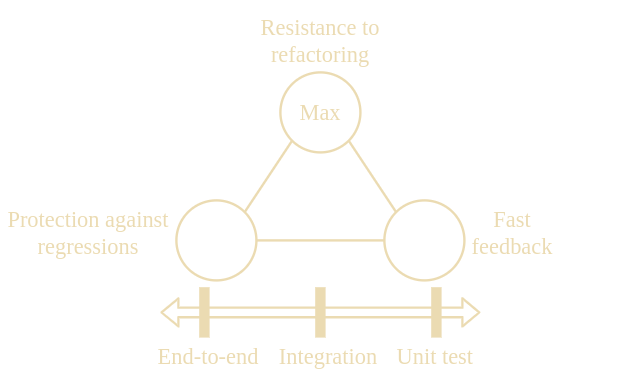
Above: images/test_triangle.png in ajguerrer/ajguerrer.github.io (draw.io), before the change. Source tidied: cells renumbered, new cells last; positions are measured from the earlier drawing's top-left corner, leaving out a move shared by most shapes.
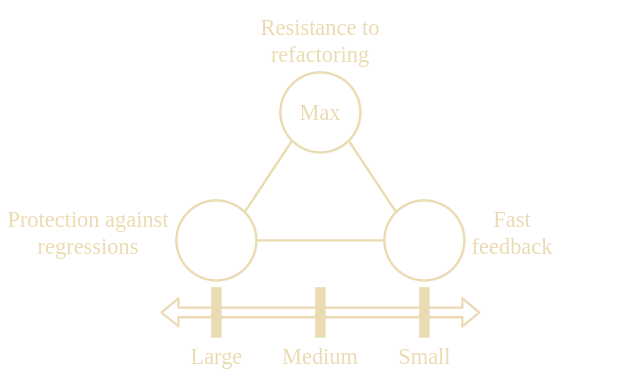
After the change.

Diff of the diagram source:
```diff
@@ -2,62 +2,62 @@
   <root>
     <mxCell id="0" />
     <mxCell id="1" parent="0" />
-    <mxCell id="2" style="ellipse;whiteSpace=wrap;html=1;strokeWidth=3;strokeColor=#EBDBB2;fillColor=none;" parent="1" vertex="1">
-      <mxGeometry x="350" y="90" width="100" height="100" as="geometry" />
+    <mxCell id="2" style="rounded=0;whiteSpace=wrap;html=1;strokeColor=none;strokeWidth=1;fillColor=none;fontSize=28;" parent="1" vertex="1">
+      <mxGeometry width="800" height="480" as="geometry" />
     </mxCell>
-    <mxCell id="3" style="rounded=0;jettySize=auto;html=1;entryX=1;entryY=1;entryDx=0;entryDy=0;fontSize=28;endArrow=none;endFill=0;exitX=0;exitY=0;exitDx=0;exitDy=0;strokeWidth=3;strokeColor=#EBDBB2;" parent="1" edge="1" source="5" target="2">
-      <mxGeometry relative="1" as="geometry" />
+    <mxCell id="3" style="ellipse;whiteSpace=wrap;html=1;strokeWidth=3;strokeColor=#EBDBB2;fillColor=none;" parent="1" vertex="1">
+      <mxGeometry x="350" y="90" width="100" height="100" as="geometry" />
     </mxCell>
-    <mxCell id="4" style="edgeStyle=none;rounded=0;jettySize=auto;html=1;exitX=0;exitY=0.5;exitDx=0;exitDy=0;entryX=1;entryY=0.5;entryDx=0;entryDy=0;endArrow=none;endFill=0;fontSize=28;strokeWidth=3;strokeColor=#EBDBB2;" parent="1" edge="1" source="5" target="7">
+    <mxCell id="4" style="rounded=0;jettySize=auto;html=1;entryX=1;entryY=1;entryDx=0;entryDy=0;fontSize=28;endArrow=none;endFill=0;exitX=0;exitY=0;exitDx=0;exitDy=0;strokeWidth=3;strokeColor=#EBDBB2;" parent="1" edge="1" source="6" target="3">
       <mxGeometry relative="1" as="geometry" />
     </mxCell>
-    <mxCell id="5" style="ellipse;whiteSpace=wrap;html=1;strokeWidth=3;strokeColor=#EBDBB2;fillColor=none;" parent="1" vertex="1">
-      <mxGeometry x="480" y="250" width="100" height="100" as="geometry" />
+    <mxCell id="5" style="edgeStyle=none;rounded=0;jettySize=auto;html=1;exitX=0;exitY=0.5;exitDx=0;exitDy=0;entryX=1;entryY=0.5;entryDx=0;entryDy=0;endArrow=none;endFill=0;fontSize=28;strokeWidth=3;strokeColor=#EBDBB2;" parent="1" edge="1" source="6" target="8">
+      <mxGeometry relative="1" as="geometry" />
     </mxCell>
-    <mxCell id="6" style="edgeStyle=none;rounded=0;jettySize=auto;html=1;exitX=1;exitY=0;exitDx=0;exitDy=0;entryX=0;entryY=1;entryDx=0;entryDy=0;endArrow=none;endFill=0;fontSize=28;strokeWidth=3;strokeColor=#EBDBB2;" parent="1" edge="1" source="7" target="2">
-      <mxGeometry relative="1" as="geometry" />
+    <mxCell id="6" style="ellipse;whiteSpace=wrap;html=1;strokeWidth=3;strokeColor=#EBDBB2;fillColor=none;" parent="1" vertex="1">
+      <mxGeometry x="480" y="250" width="100" height="100" as="geometry" />
     </mxCell>
-    <mxCell id="7" style="ellipse;whiteSpace=wrap;html=1;strokeWidth=3;strokeColor=#EBDBB2;fillColor=none;" parent="1" vertex="1">
-      <mxGeometry x="220" y="250" width="100" height="100" as="geometry" />
+    <mxCell id="7" style="edgeStyle=none;rounded=0;jettySize=auto;html=1;exitX=1;exitY=0;exitDx=0;exitDy=0;entryX=0;entryY=1;entryDx=0;entryDy=0;endArrow=none;endFill=0;fontSize=28;strokeWidth=3;strokeColor=#EBDBB2;" parent="1" edge="1" source="8" target="3">
+      <mxGeometry relative="1" as="geometry" />
     </mxCell>
-    <mxCell id="8" value="Resistance to refactoring" style="text;fontSize=28;align=center;verticalAlign=middle;html=1;fontColor=#EBDBB2;whiteSpace=wrap;fontFamily=Work Sans;FType=g;" parent="1" vertex="1">
-      <mxGeometry x="320" y="10" width="160" height="80" as="geometry" />
+    <mxCell id="8" style="ellipse;whiteSpace=wrap;html=1;strokeWidth=3;strokeColor=#EBDBB2;fillColor=none;" parent="1" vertex="1">
+      <mxGeometry x="220" y="250" width="100" height="100" as="geometry" />
     </mxCell>
-    <mxCell id="9" value="&lt;font style=&quot;font-size: 28px;&quot;&gt;Protection against regressions&lt;/font&gt;" style="text;fontSize=28;align=center;verticalAlign=middle;html=1;fontColor=#ebdbb2;whiteSpace=wrap;fontFamily=Work Sans;FType=g;" parent="1" vertex="1">
-      <mxGeometry y="250" width="220" height="80" as="geometry" />
+    <mxCell id="9" value="Resistance to refactoring" style="text;fontSize=28;align=center;verticalAlign=middle;html=1;fontColor=#EBDBB2;whiteSpace=wrap;fontFamily=Work Sans;FType=g;" parent="1" vertex="1">
+      <mxGeometry x="320" y="10" width="160" height="80" as="geometry" />
     </mxCell>
-    <mxCell id="10" value="Fast feedback" style="text;fontSize=28;align=center;verticalAlign=middle;html=1;fontColor=#EBDBB2;whiteSpace=wrap;fontFamily=Work Sans;FType=g;" parent="1" vertex="1">
-      <mxGeometry x="580" y="250" width="120" height="80" as="geometry" />
+    <mxCell id="10" value="&lt;font style=&quot;font-size: 28px;&quot;&gt;Protection against regressions&lt;/font&gt;" style="text;fontSize=28;align=center;verticalAlign=middle;html=1;fontColor=#ebdbb2;whiteSpace=wrap;fontFamily=Work Sans;FType=g;" parent="1" vertex="1">
+      <mxGeometry y="250" width="220" height="80" as="geometry" />
     </mxCell>
-    <mxCell id="11" value="&lt;font style=&quot;font-size: 28px&quot;&gt;Integration&lt;/font&gt;" style="text;fontSize=28;align=center;verticalAlign=middle;html=1;fontColor=#ebdbb2;whiteSpace=wrap;fontFamily=Work Sans;FType=g;" parent="1" vertex="1">
-      <mxGeometry x="340" y="425" width="140" height="40" as="geometry" />
+    <mxCell id="11" value="Fast feedback" style="text;fontSize=28;align=center;verticalAlign=middle;html=1;fontColor=#EBDBB2;whiteSpace=wrap;fontFamily=Work Sans;FType=g;" parent="1" vertex="1">
+      <mxGeometry x="580" y="250" width="120" height="80" as="geometry" />
     </mxCell>
-    <mxCell id="12" value="&lt;font style=&quot;font-size: 28px&quot;&gt;End-to-end&lt;/font&gt;" style="text;fontSize=28;align=center;verticalAlign=middle;html=1;fontColor=#ebdbb2;whiteSpace=wrap;fontFamily=Work Sans;FType=g;" parent="1" vertex="1">
-      <mxGeometry x="195" y="425" width="130" height="40" as="geometry" />
+    <mxCell id="12" value="&lt;font style=&quot;font-size: 28px&quot;&gt;Medium&lt;/font&gt;" style="text;fontSize=28;align=center;verticalAlign=middle;html=1;fontColor=#ebdbb2;whiteSpace=wrap;fontFamily=Work Sans;FType=g;" parent="1" vertex="1">
+      <mxGeometry x="345" y="425" width="110" height="40" as="geometry" />
     </mxCell>
-    <mxCell id="13" value="&amp;nbsp;Unit test" style="text;fontSize=28;align=center;verticalAlign=middle;html=1;fontColor=#ebdbb2;whiteSpace=wrap;fontFamily=Work Sans;FType=g;" parent="1" vertex="1">
-      <mxGeometry x="485" y="430" width="110" height="30" as="geometry" />
+    <mxCell id="13" value="&lt;font style=&quot;font-size: 28px&quot;&gt;Large&lt;/font&gt;" style="text;fontSize=28;align=center;verticalAlign=middle;html=1;fontColor=#ebdbb2;whiteSpace=wrap;fontFamily=Work Sans;FType=g;" parent="1" vertex="1">
+      <mxGeometry x="227.5" y="425" width="85" height="40" as="geometry" />
     </mxCell>
-    <mxCell id="14" style="shape=flexArrow;endArrow=classic;startArrow=classic;html=1;fontSize=28;strokeWidth=3;strokeColor=#EBDBB2;fillColor=none;" parent="1" edge="1">
-      <mxGeometry relative="1" as="geometry">
-        <mxPoint x="200" y="390" as="sourcePoint" />
-        <mxPoint x="600" y="390" as="targetPoint" />
-      </mxGeometry>
+    <mxCell id="14" value="Small" style="text;fontSize=28;align=center;verticalAlign=middle;html=1;fontColor=#ebdbb2;whiteSpace=wrap;fontFamily=Work Sans;FType=g;" parent="1" vertex="1">
+      <mxGeometry x="487.5" y="430" width="85" height="30" as="geometry" />
     </mxCell>
     <mxCell id="15" style="rounded=0;whiteSpace=wrap;html=1;fontSize=28;strokeWidth=3;strokeColor=#EBDBB2;fillColor=#EBDBB2;" parent="1" vertex="1">
-      <mxGeometry x="540" y="360" width="10" height="60" as="geometry" />
+      <mxGeometry x="265" y="360" width="10" height="60" as="geometry" />
     </mxCell>
     <mxCell id="16" style="rounded=0;whiteSpace=wrap;html=1;fontSize=28;strokeWidth=3;strokeColor=#EBDBB2;fillColor=#EBDBB2;" parent="1" vertex="1">
-      <mxGeometry x="250" y="360" width="10" height="60" as="geometry" />
+      <mxGeometry x="395" y="360" width="10" height="60" as="geometry" />
     </mxCell>
-    <mxCell id="17" style="rounded=0;whiteSpace=wrap;html=1;fontSize=28;strokeWidth=3;strokeColor=#EBDBB2;fillColor=#EBDBB2;" parent="1" vertex="1">
-      <mxGeometry x="395" y="360" width="10" height="60" as="geometry" />
+    <mxCell id="17" value="Max" style="text;fontSize=28;align=center;verticalAlign=middle;html=1;fontColor=#EBDBB2;whiteSpace=wrap;fontFamily=Work Sans;FType=g;" parent="1" vertex="1">
+      <mxGeometry x="370" y="125" width="60" height="30" as="geometry" />
     </mxCell>
-    <mxCell id="18" value="Max" style="text;fontSize=28;align=center;verticalAlign=middle;html=1;fontColor=#EBDBB2;whiteSpace=wrap;fontFamily=Work Sans;FType=g;" parent="1" vertex="1">
-      <mxGeometry x="370" y="125" width="60" height="30" as="geometry" />
+    <mxCell id="18" style="rounded=0;whiteSpace=wrap;html=1;fontSize=28;strokeWidth=3;strokeColor=#EBDBB2;fillColor=#EBDBB2;" parent="1" vertex="1">
+      <mxGeometry x="525" y="360" width="10" height="60" as="geometry" />
     </mxCell>
-    <mxCell id="19" style="rounded=0;whiteSpace=wrap;html=1;strokeColor=none;strokeWidth=1;fillColor=none;fontSize=28;" parent="1" vertex="1">
-      <mxGeometry x="10" width="780" height="480" as="geometry" />
+    <mxCell id="19" style="shape=flexArrow;endArrow=classic;startArrow=classic;html=1;fontSize=28;strokeWidth=3;strokeColor=#EBDBB2;fillColor=none;" parent="1" edge="1">
+      <mxGeometry relative="1" as="geometry">
+        <mxPoint x="200" y="390" as="sourcePoint" />
+        <mxPoint x="600" y="390" as="targetPoint" />
+      </mxGeometry>
     </mxCell>
   </root>
 </mxGraphModel>
```
